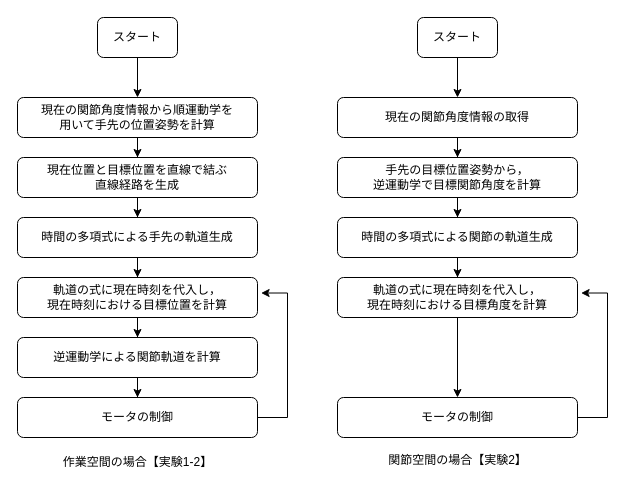
This is page "ページ3" (3 of 4) of 実験5_ver1/sozai/実験５.drawio from Altairu/5th_year_report_assignment, a draw.io file, before an edit. Source tidied: cells renumbered, new cells numbered last; positions are measured from the earlier drawing's top-left corner, leaving out a move shared by most shapes. Both pictures are drawn from the tidied source at 100%, with x=0, y=0 at pixel (17, 17).
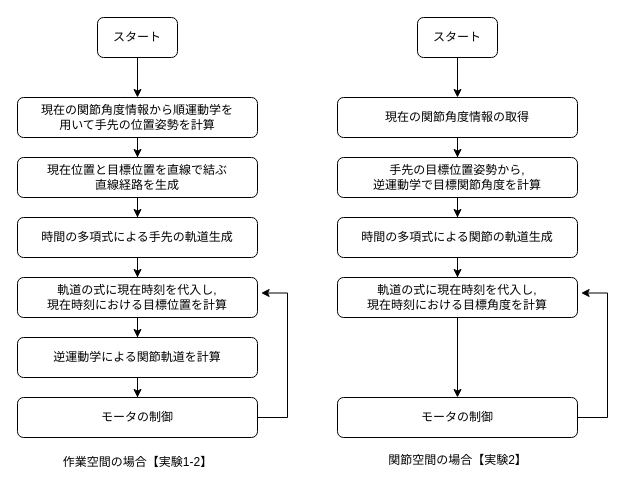
The same diagram, later.

Diff of the diagram source:
```diff
@@
-    <mxCell id="11" value="軌道の式に現在時刻を代入し，&lt;div&gt;現在時刻における目標位置を計算&lt;/div&gt;" style="rounded=1;whiteSpace=wrap;html=1;" parent="1" vertex="1">
+    <mxCell id="11" value="軌道の式に現在時刻を代入し,&lt;div&gt;現在時刻における目標位置を計算&lt;/div&gt;" style="rounded=1;whiteSpace=wrap;html=1;" parent="1" vertex="1">
       <mxGeometry y="260" width="240" height="40" as="geometry" />
     </mxCell>
@@
-    <mxCell id="21" value="&lt;div&gt;手先の目標位置姿勢から，&lt;/div&gt;&lt;div&gt;逆運動学で目標関節角度を計算&lt;br&gt;&lt;/div&gt;" style="rounded=1;whiteSpace=wrap;html=1;" parent="1" vertex="1">
+    <mxCell id="21" value="&lt;div&gt;手先の目標位置姿勢から,&lt;/div&gt;&lt;div&gt;逆運動学で目標関節角度を計算&lt;br&gt;&lt;/div&gt;" style="rounded=1;whiteSpace=wrap;html=1;" parent="1" vertex="1">
       <mxGeometry x="320" y="140" width="240" height="40" as="geometry" />
     </mxCell>
@@
-    <mxCell id="25" value="軌道の式に現在時刻を代入し，&lt;div&gt;現在時刻における目標角度を計算&lt;br&gt;&lt;/div&gt;" style="rounded=1;whiteSpace=wrap;html=1;" parent="1" vertex="1">
+    <mxCell id="25" value="軌道の式に現在時刻を代入し,&lt;div&gt;現在時刻における目標角度を計算&lt;br&gt;&lt;/div&gt;" style="rounded=1;whiteSpace=wrap;html=1;" parent="1" vertex="1">
       <mxGeometry x="320" y="260" width="240" height="40" as="geometry" />
     </mxCell>
```
